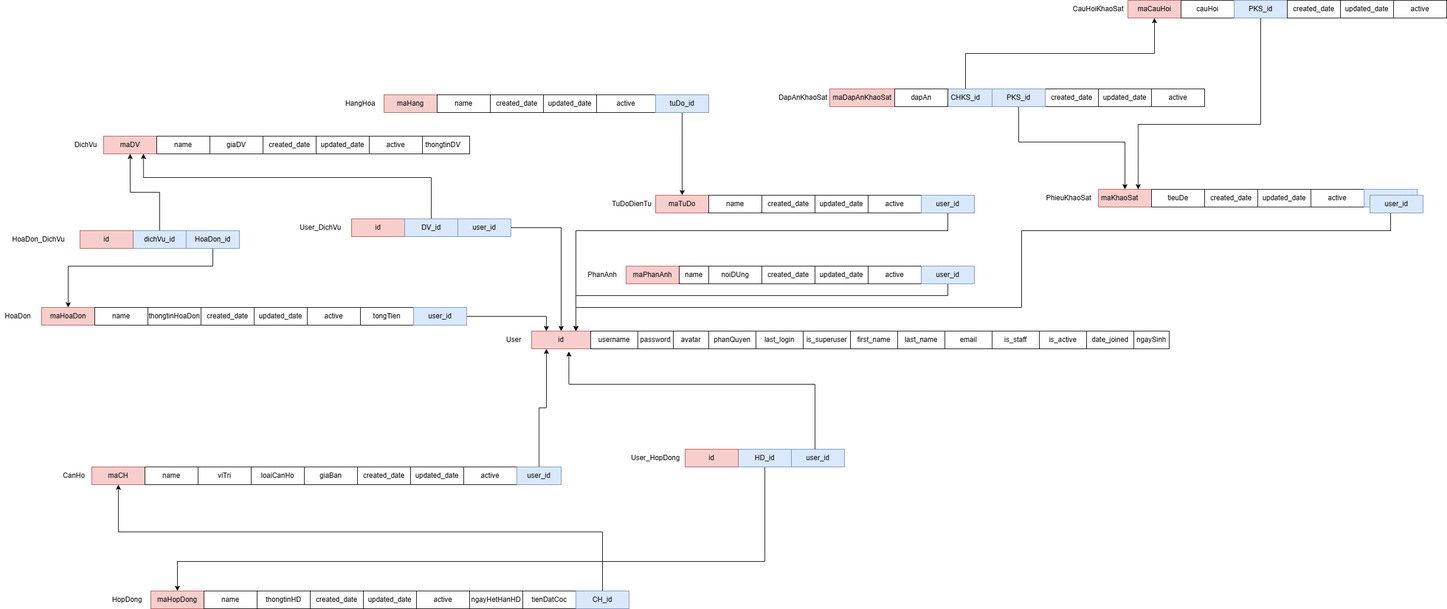
Earlier version of the draw.io export DeTai/QLCC.drawio.png (duykhoi1504/ApartmentManager). Source tidied: cells renumbered, new cells last; positions are measured from the earlier drawing's top-left corner, leaving out a move shared by most shapes.
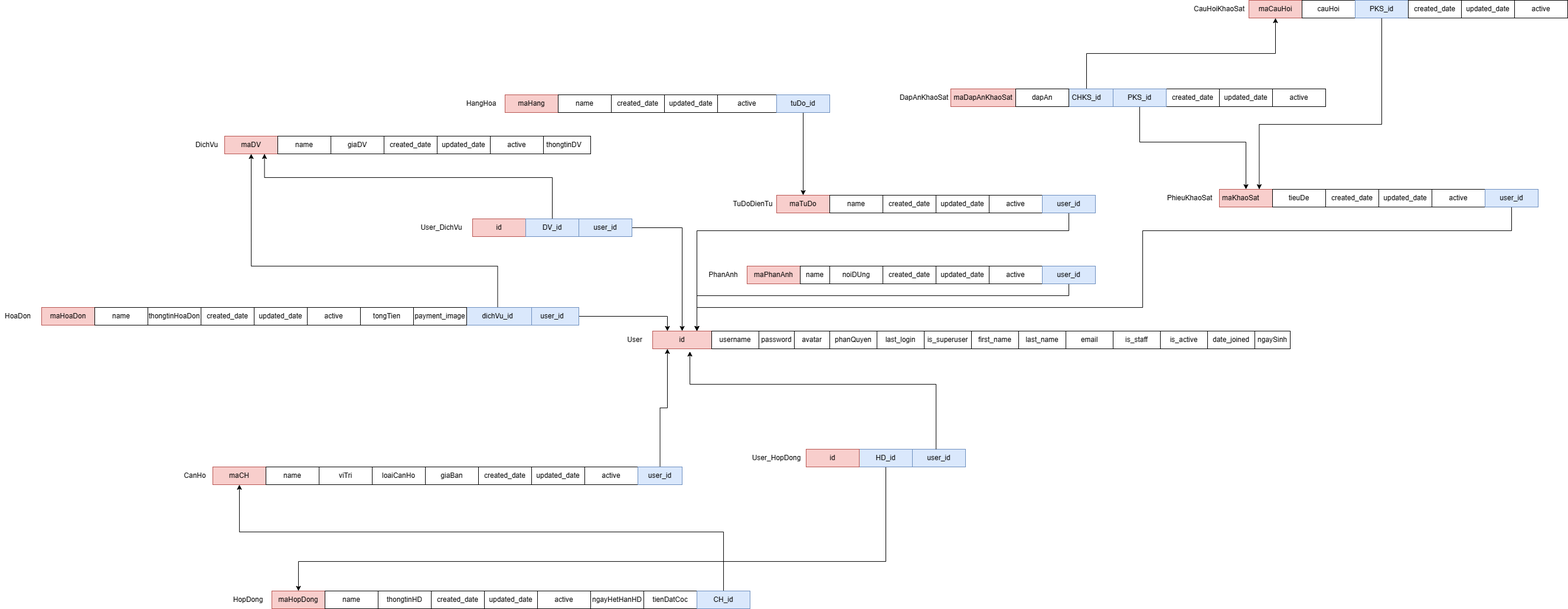
After the change.

What changed in the source:
```diff
@@ -87,22 +87,22 @@
       <mxGeometry x="885" y="1000" width="90" height="30" as="geometry" />
     </mxCell>
     <mxCell id="30" value="HoaDon" style="text;html=1;align=center;verticalAlign=middle;whiteSpace=wrap;rounded=0;rotation=0;" parent="1" vertex="1">
-      <mxGeometry y="520" width="60" height="30" as="geometry" />
+      <mxGeometry x="-205" y="520" width="60" height="30" as="geometry" />
     </mxCell>
     <mxCell id="31" value="maHoaDon" style="rounded=0;whiteSpace=wrap;html=1;fillColor=#f8cecc;strokeColor=#b85450;" parent="1" vertex="1">
-      <mxGeometry x="70" y="520" width="90" height="30" as="geometry" />
+      <mxGeometry x="-135" y="520" width="90" height="30" as="geometry" />
     </mxCell>
     <mxCell id="32" value="name" style="rounded=0;whiteSpace=wrap;html=1;" parent="1" vertex="1">
-      <mxGeometry x="160" y="520" width="90" height="30" as="geometry" />
+      <mxGeometry x="-45" y="520" width="90" height="30" as="geometry" />
     </mxCell>
     <mxCell id="33" value="thongtinHoaDon" style="rounded=0;whiteSpace=wrap;html=1;" parent="1" vertex="1">
-      <mxGeometry x="250" y="520" width="90" height="30" as="geometry" />
+      <mxGeometry x="45" y="520" width="90" height="30" as="geometry" />
     </mxCell>
     <mxCell id="34" value="created_date" style="rounded=0;whiteSpace=wrap;html=1;" parent="1" vertex="1">
-      <mxGeometry x="340" y="520" width="90" height="30" as="geometry" />
+      <mxGeometry x="135" y="520" width="90" height="30" as="geometry" />
     </mxCell>
     <mxCell id="35" value="tongTien" style="rounded=0;whiteSpace=wrap;html=1;" parent="1" vertex="1">
-      <mxGeometry x="610" y="520" width="90" height="30" as="geometry" />
+      <mxGeometry x="405" y="520" width="90" height="30" as="geometry" />
     </mxCell>
     <mxCell id="36" value="DichVu" style="text;html=1;align=center;verticalAlign=middle;whiteSpace=wrap;rounded=0;rotation=0;" parent="1" vertex="1">
       <mxGeometry x="115" y="230" width="60" height="30" as="geometry" />
@@ -147,10 +147,10 @@
       <mxGeometry x="625" y="230" width="90" height="30" as="geometry" />
     </mxCell>
     <mxCell id="50" value="updated_date" style="rounded=0;whiteSpace=wrap;html=1;" parent="1" vertex="1">
-      <mxGeometry x="430" y="520" width="90" height="30" as="geometry" />
+      <mxGeometry x="225" y="520" width="90" height="30" as="geometry" />
     </mxCell>
     <mxCell id="51" value="active" style="rounded=0;whiteSpace=wrap;html=1;" parent="1" vertex="1">
-      <mxGeometry x="520" y="520" width="90" height="30" as="geometry" />
+      <mxGeometry x="315" y="520" width="90" height="30" as="geometry" />
     </mxCell>
     <mxCell id="52" value="updated_date" style="rounded=0;whiteSpace=wrap;html=1;" parent="1" vertex="1">
       <mxGeometry x="615" y="1000" width="90" height="30" as="geometry" />
@@ -225,7 +225,7 @@
       <mxGeometry relative="1" as="geometry" />
     </mxCell>
     <mxCell id="76" value="user_id" style="rounded=0;whiteSpace=wrap;html=1;fillColor=#dae8fc;strokeColor=#6c8ebf;" parent="1" vertex="1">
-      <mxGeometry x="700" y="520" width="90" height="30" as="geometry" />
+      <mxGeometry x="685" y="520" width="90" height="30" as="geometry" />
     </mxCell>
     <mxCell id="77" style="edgeStyle=orthogonalEdgeStyle;rounded=0;jettySize=auto;html=1;entryX=0.5;entryY=0;entryDx=0;entryDy=0;" parent="1" edge="1" source="78" target="2">
       <mxGeometry relative="1" as="geometry" />
@@ -233,29 +233,17 @@
     <mxCell id="78" value="user_id" style="rounded=0;whiteSpace=wrap;html=1;fillColor=#dae8fc;strokeColor=#6c8ebf;" parent="1" vertex="1">
       <mxGeometry x="775" y="370" width="90" height="30" as="geometry" />
     </mxCell>
-    <mxCell id="79" value="HoaDon_DichVu" style="text;html=1;align=center;verticalAlign=middle;whiteSpace=wrap;rounded=0;rotation=0;" parent="1" vertex="1">
-      <mxGeometry x="35" y="390" width="60" height="30" as="geometry" />
-    </mxCell>
     <mxCell id="80" style="edgeStyle=orthogonalEdgeStyle;rounded=0;jettySize=auto;html=1;entryX=0.5;entryY=1;entryDx=0;entryDy=0;" parent="1" edge="1" source="81" target="37">
-      <mxGeometry relative="1" as="geometry" />
+      <mxGeometry relative="1" as="geometry">
+        <Array as="points">
+          <mxPoint x="638" y="450" />
+          <mxPoint x="220" y="450" />
+        </Array>
+      </mxGeometry>
     </mxCell>
     <mxCell id="81" value="dichVu_id" style="rounded=0;whiteSpace=wrap;html=1;fillColor=#dae8fc;strokeColor=#6c8ebf;" parent="1" vertex="1">
-      <mxGeometry x="225" y="390" width="90" height="30" as="geometry" />
+      <mxGeometry x="580" y="520" width="115" height="30" as="geometry" />
     </mxCell>
-    <mxCell id="82" style="edgeStyle=orthogonalEdgeStyle;rounded=0;jettySize=auto;html=1;entryX=0.5;entryY=0;entryDx=0;entryDy=0;" parent="1" edge="1" source="83" target="31">
-      <mxGeometry relative="1" as="geometry">
-        <Array as="points">
-          <mxPoint x="360" y="450" />
-          <mxPoint x="115" y="450" />
-        </Array>
-      </mxGeometry>
-    </mxCell>
-    <mxCell id="83" value="HoaDon_id" style="rounded=0;whiteSpace=wrap;html=1;fillColor=#dae8fc;strokeColor=#6c8ebf;" parent="1" vertex="1">
-      <mxGeometry x="315" y="390" width="90" height="30" as="geometry" />
-    </mxCell>
-    <mxCell id="84" value="id" style="rounded=0;whiteSpace=wrap;html=1;fillColor=#f8cecc;strokeColor=#b85450;" parent="1" vertex="1">
-      <mxGeometry x="135" y="390" width="90" height="30" as="geometry" />
-    </mxCell>
     <mxCell id="85" style="edgeStyle=orthogonalEdgeStyle;rounded=0;jettySize=auto;html=1;entryX=0.75;entryY=0;entryDx=0;entryDy=0;" parent="1" edge="1" source="86" target="2">
       <mxGeometry relative="1" as="geometry">
         <Array as="points">
@@ -431,8 +419,8 @@
     <mxCell id="125" value="dapAn" style="rounded=0;whiteSpace=wrap;html=1;" parent="1" vertex="1">
       <mxGeometry x="1515" y="150" width="90" height="30" as="geometry" />
     </mxCell>
-    <mxCell id="126" value="user_id" style="rounded=0;whiteSpace=wrap;html=1;fillColor=#dae8fc;strokeColor=#6c8ebf;" parent="1" vertex="1">
-      <mxGeometry x="2320" y="330" width="90" height="30" as="geometry" />
-    </mxCell>
+    <mxCell id="127" value="payment_image" style="rounded=0;whiteSpace=wrap;html=1;" parent="1" vertex="1">
+      <mxGeometry x="495" y="520" width="90" height="30" as="geometry" />
+    </mxCell>
   </root>
 </mxGraphModel>
```
